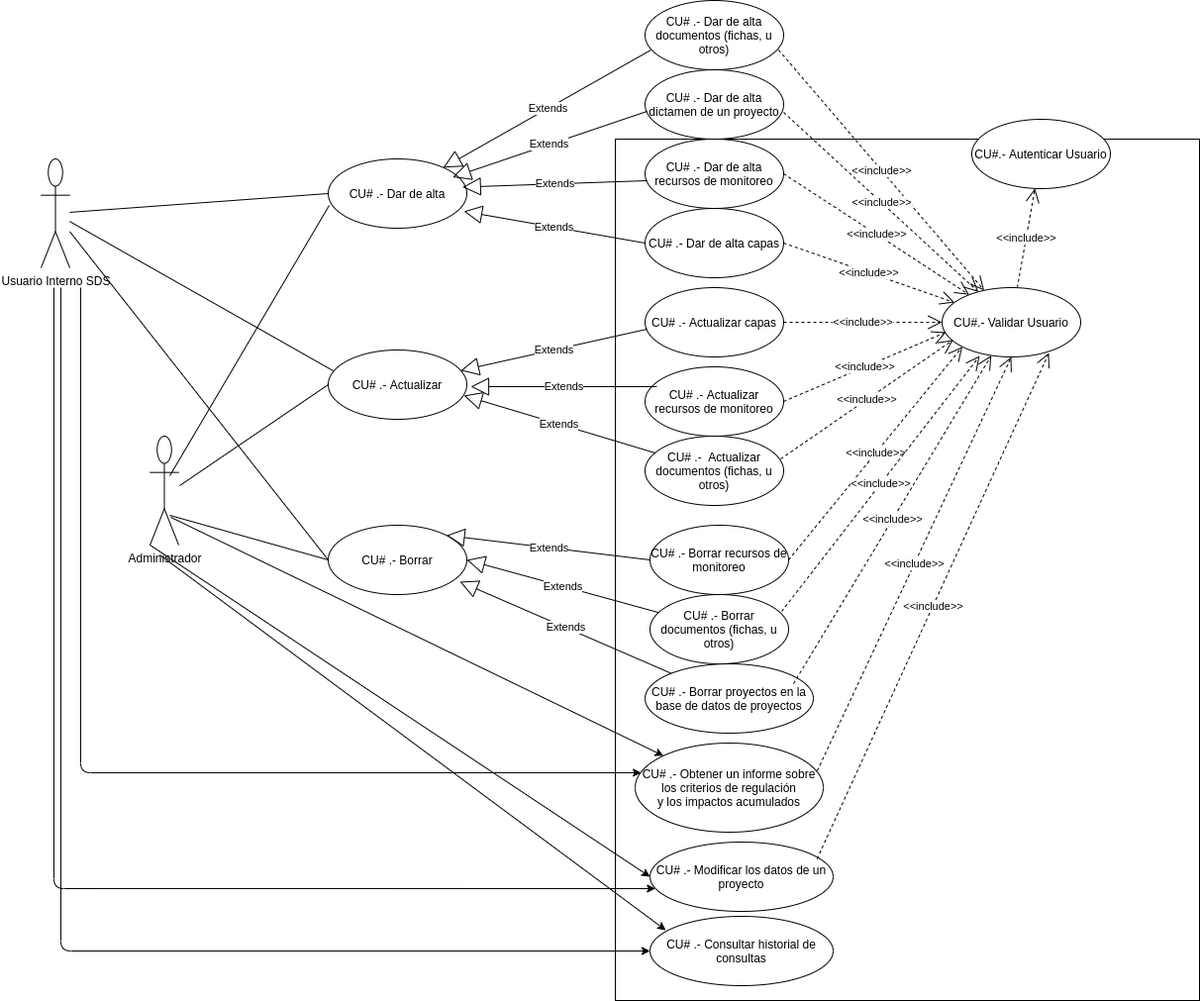
milocortes/fmx_diseno_sistema keeps this draw.io diagram as files/AdminiInsumos.png. Above is the earlier version. Source tidied: cells renumbered, new cells last; positions are measured from the earlier drawing's top-left corner, leaving out a move shared by most shapes.
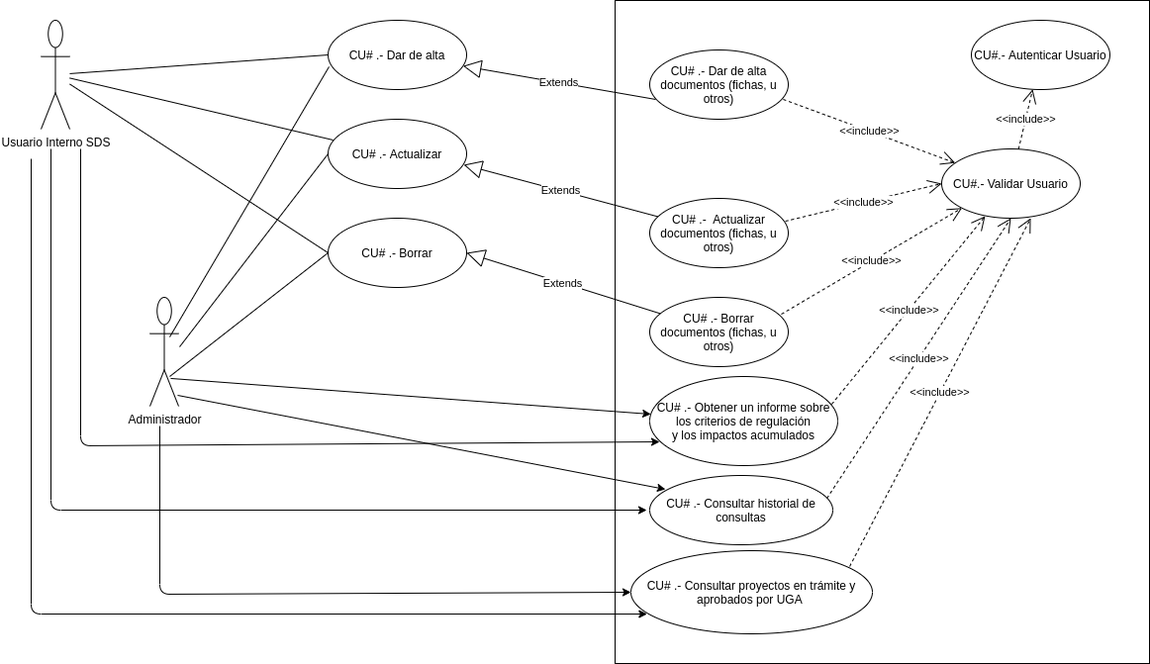
The same diagram one commit later.

Diff of the diagram source:
```diff
@@ -6,16 +6,16 @@
       <mxGeometry y="160" width="29" height="110" as="geometry" />
     </mxCell>
     <mxCell id="3" style="rounded=0;whiteSpace=wrap;html=1;" parent="1" vertex="1">
-      <mxGeometry x="580" y="140" width="590" height="870" as="geometry" />
+      <mxGeometry x="580" y="140" width="540" height="670" as="geometry" />
     </mxCell>
     <mxCell id="4" value="CU# .-&amp;nbsp;Dar de alta documentos (fichas, u otros)" style="ellipse;whiteSpace=wrap;html=1;" parent="1" vertex="1">
-      <mxGeometry x="610" width="140" height="70" as="geometry" />
+      <mxGeometry x="615" y="190" width="140" height="70" as="geometry" />
     </mxCell>
     <mxCell id="5" value="CU#.- Validar Usuario" style="ellipse;whiteSpace=wrap;html=1;" parent="1" vertex="1">
       <mxGeometry x="910" y="290" width="140" height="70" as="geometry" />
     </mxCell>
     <mxCell id="6" value="CU#.- Autenticar Usuario" style="ellipse;whiteSpace=wrap;html=1;" parent="1" vertex="1">
-      <mxGeometry x="940" y="120" width="140" height="70" as="geometry" />
+      <mxGeometry x="940" y="160" width="140" height="70" as="geometry" />
     </mxCell>
     <mxCell id="7" value="&amp;lt;&amp;lt;include&amp;gt;&amp;gt;" style="endArrow=open;endSize=12;dashed=1;html=1;" parent="1" edge="1" source="5" target="6">
       <mxGeometry relative="1" as="geometry" />
@@ -30,80 +30,29 @@
       <mxGeometry x="290" y="160" width="140" height="70" as="geometry" />
     </mxCell>
     <mxCell id="11" value="CU# .- Actualizar" style="ellipse;whiteSpace=wrap;html=1;" parent="1" vertex="1">
-      <mxGeometry x="290" y="353" width="140" height="70" as="geometry" />
+      <mxGeometry x="290" y="260" width="140" height="70" as="geometry" />
     </mxCell>
     <mxCell id="12" value="CU# .- Borrar" style="ellipse;whiteSpace=wrap;html=1;" parent="1" vertex="1">
-      <mxGeometry x="290" y="530" width="140" height="70" as="geometry" />
+      <mxGeometry x="290" y="360" width="140" height="70" as="geometry" />
     </mxCell>
-    <mxCell id="13" value="CU# .-&amp;nbsp;Dar de alta capas" style="ellipse;whiteSpace=wrap;html=1;" parent="1" vertex="1">
-      <mxGeometry x="610" y="210" width="140" height="70" as="geometry" />
-    </mxCell>
     <mxCell id="14" value="CU# .-&amp;nbsp;&amp;nbsp;Actualizar documentos (fichas, u otros)" style="ellipse;whiteSpace=wrap;html=1;" parent="1" vertex="1">
-      <mxGeometry x="610" y="440" width="140" height="70" as="geometry" />
+      <mxGeometry x="615" y="340" width="140" height="70" as="geometry" />
     </mxCell>
-    <mxCell id="15" value="CU# .-&amp;nbsp;Actualizar capas" style="ellipse;whiteSpace=wrap;html=1;" parent="1" vertex="1">
-      <mxGeometry x="610" y="290" width="140" height="70" as="geometry" />
-    </mxCell>
-    <mxCell id="16" value="CU# .-&amp;nbsp;Dar de alta recursos de monitoreo" style="ellipse;whiteSpace=wrap;html=1;" parent="1" vertex="1">
-      <mxGeometry x="610" y="140" width="140" height="70" as="geometry" />
-    </mxCell>
-    <mxCell id="17" value="CU# .-&amp;nbsp;Actualizar recursos de monitoreo" style="ellipse;whiteSpace=wrap;html=1;" parent="1" vertex="1">
-      <mxGeometry x="610" y="370" width="140" height="70" as="geometry" />
-    </mxCell>
     <mxCell id="18" value="CU# .-&amp;nbsp;Borrar documentos (fichas, u otros)" style="ellipse;whiteSpace=wrap;html=1;" parent="1" vertex="1">
-      <mxGeometry x="615" y="600" width="140" height="70" as="geometry" />
+      <mxGeometry x="615" y="440" width="140" height="70" as="geometry" />
     </mxCell>
-    <mxCell id="19" value="CU# .-&amp;nbsp;Borrar recursos de monitoreo" style="ellipse;whiteSpace=wrap;html=1;" parent="1" vertex="1">
-      <mxGeometry x="615" y="530" width="140" height="70" as="geometry" />
-    </mxCell>
     <mxCell id="20" value="CU# .-&amp;nbsp;&lt;span&gt;Obtener un informe sobre los criterios de regulación&lt;/span&gt;&lt;div&gt;y los impactos acumulados&lt;/div&gt;" style="ellipse;whiteSpace=wrap;html=1;" parent="1" vertex="1">
-      <mxGeometry x="600" y="750" width="190" height="90" as="geometry" />
+      <mxGeometry x="615" y="520" width="190" height="90" as="geometry" />
     </mxCell>
-    <mxCell id="21" value="CU# .-&amp;nbsp;Dar de alta dictamen de un proyecto" style="ellipse;whiteSpace=wrap;html=1;" parent="1" vertex="1">
-      <mxGeometry x="610" y="70" width="140" height="70" as="geometry" />
-    </mxCell>
-    <mxCell id="22" value="CU# .-&amp;nbsp;Modificar los datos de un proyecto" style="ellipse;whiteSpace=wrap;html=1;" parent="1" vertex="1">
-      <mxGeometry x="615" y="850" width="185" height="70" as="geometry" />
-    </mxCell>
-    <mxCell id="23" value="CU# .-&amp;nbsp;Borrar proyectos en la base de datos de proyectos" style="ellipse;whiteSpace=wrap;html=1;" parent="1" vertex="1">
-      <mxGeometry x="610" y="670" width="170" height="70" as="geometry" />
-    </mxCell>
     <mxCell id="24" value="Extends" style="endArrow=block;endSize=16;endFill=0;html=1;exitX=0.043;exitY=0.714;exitDx=0;exitDy=0;exitPerimeter=0;" parent="1" edge="1" source="4" target="10">
       <mxGeometry relative="1" as="geometry" />
     </mxCell>
-    <mxCell id="25" value="Extends" style="endArrow=block;endSize=16;endFill=0;html=1;exitX=0.014;exitY=0.6;exitDx=0;exitDy=0;exitPerimeter=0;" parent="1" edge="1" source="21">
-      <mxGeometry relative="1" as="geometry">
-        <mxPoint x="415.7" y="178.5" as="targetPoint" />
-      </mxGeometry>
-    </mxCell>
-    <mxCell id="26" value="Extends" style="endArrow=block;endSize=16;endFill=0;html=1;exitX=0.014;exitY=0.6;exitDx=0;exitDy=0;exitPerimeter=0;" parent="1" edge="1" source="16">
-      <mxGeometry relative="1" as="geometry">
-        <mxPoint x="425.7" y="188.5" as="targetPoint" />
-      </mxGeometry>
-    </mxCell>
-    <mxCell id="27" value="Extends" style="endArrow=block;endSize=16;endFill=0;html=1;exitX=0;exitY=0.5;exitDx=0;exitDy=0;entryX=0.979;entryY=0.757;entryDx=0;entryDy=0;entryPerimeter=0;" parent="1" edge="1" source="13" target="10">
-      <mxGeometry relative="1" as="geometry" />
-    </mxCell>
-    <mxCell id="28" value="Extends" style="endArrow=block;endSize=16;endFill=0;html=1;exitX=0.014;exitY=0.6;exitDx=0;exitDy=0;exitPerimeter=0;" parent="1" edge="1" source="15" target="11">
-      <mxGeometry relative="1" as="geometry" />
-    </mxCell>
-    <mxCell id="29" value="Extends" style="endArrow=block;endSize=16;endFill=0;html=1;exitX=0.085;exitY=0.286;exitDx=0;exitDy=0;exitPerimeter=0;" parent="1" edge="1" source="17">
-      <mxGeometry relative="1" as="geometry">
-        <mxPoint x="434" y="390" as="targetPoint" />
-      </mxGeometry>
-    </mxCell>
     <mxCell id="30" value="Extends" style="endArrow=block;endSize=16;endFill=0;html=1;entryX=0.979;entryY=0.657;entryDx=0;entryDy=0;entryPerimeter=0;" parent="1" edge="1" source="14" target="11">
       <mxGeometry relative="1" as="geometry" />
     </mxCell>
-    <mxCell id="31" value="Extends" style="endArrow=block;endSize=16;endFill=0;html=1;exitX=0;exitY=0.5;exitDx=0;exitDy=0;entryX=1;entryY=0;entryDx=0;entryDy=0;" parent="1" edge="1" source="19" target="12">
-      <mxGeometry relative="1" as="geometry" />
-    </mxCell>
     <mxCell id="32" value="Extends" style="endArrow=block;endSize=16;endFill=0;html=1;entryX=1;entryY=0.5;entryDx=0;entryDy=0;" parent="1" edge="1" source="18" target="12">
       <mxGeometry relative="1" as="geometry" />
     </mxCell>
-    <mxCell id="33" value="Extends" style="endArrow=block;endSize=16;endFill=0;html=1;entryX=0.95;entryY=0.814;entryDx=0;entryDy=0;entryPerimeter=0;" parent="1" edge="1" source="23" target="12">
-      <mxGeometry relative="1" as="geometry" />
-    </mxCell>
     <mxCell id="34" style="endArrow=none;html=1;entryX=0;entryY=0.5;entryDx=0;entryDy=0;" parent="1" edge="1" source="2" target="10">
       <mxGeometry relative="1" as="geometry" />
     </mxCell>
@@ -127,73 +76,63 @@
     <mxCell id="40" style="endArrow=classic;html=1;exitX=0.724;exitY=0.745;exitDx=0;exitDy=0;exitPerimeter=0;" parent="1" edge="1" source="9" target="20">
       <mxGeometry relative="1" as="geometry" />
     </mxCell>
-    <mxCell id="41" style="endArrow=classic;html=1;entryX=0;entryY=0.5;entryDx=0;entryDy=0;exitX=0;exitY=1;exitDx=0;exitDy=0;exitPerimeter=0;" parent="1" edge="1" source="9" target="22">
-      <mxGeometry relative="1" as="geometry" />
-    </mxCell>
-    <mxCell id="42" style="endArrow=classic;html=1;entryX=0.032;entryY=0.333;entryDx=0;entryDy=0;entryPerimeter=0;" parent="1" edge="1" target="20">
+    <mxCell id="42" style="endArrow=classic;html=1;" parent="1" edge="1">
       <mxGeometry relative="1" as="geometry">
         <mxPoint x="40" y="290" as="sourcePoint" />
+        <mxPoint x="625" y="586" as="targetPoint" />
         <Array as="points">
-          <mxPoint x="40" y="780" />
+          <mxPoint x="40" y="590" />
         </Array>
       </mxGeometry>
     </mxCell>
-    <mxCell id="43" style="endArrow=classic;html=1;entryX=0.029;entryY=0.671;entryDx=0;entryDy=0;entryPerimeter=0;" parent="1" edge="1" target="22">
-      <mxGeometry relative="1" as="geometry">
-        <mxPoint x="13" y="290" as="sourcePoint" />
-        <Array as="points">
-          <mxPoint x="13" y="897" />
-        </Array>
-      </mxGeometry>
-    </mxCell>
-    <mxCell id="44" value="&amp;lt;&amp;lt;include&amp;gt;&amp;gt;" style="endArrow=open;endSize=12;dashed=1;html=1;exitX=1;exitY=0.614;exitDx=0;exitDy=0;exitPerimeter=0;" parent="1" edge="1" source="21" target="5">
-      <mxGeometry relative="1" as="geometry" />
-    </mxCell>
-    <mxCell id="45" value="&amp;lt;&amp;lt;include&amp;gt;&amp;gt;" style="endArrow=open;endSize=12;dashed=1;html=1;exitX=1;exitY=0.5;exitDx=0;exitDy=0;" parent="1" edge="1" source="16" target="5">
-      <mxGeometry relative="1" as="geometry" />
-    </mxCell>
-    <mxCell id="46" value="&amp;lt;&amp;lt;include&amp;gt;&amp;gt;" style="endArrow=open;endSize=12;dashed=1;html=1;exitX=1;exitY=0.5;exitDx=0;exitDy=0;" parent="1" edge="1" source="13" target="5">
-      <mxGeometry relative="1" as="geometry" />
-    </mxCell>
-    <mxCell id="47" value="&amp;lt;&amp;lt;include&amp;gt;&amp;gt;" style="endArrow=open;endSize=12;dashed=1;html=1;exitX=1;exitY=0.5;exitDx=0;exitDy=0;entryX=0;entryY=0.5;entryDx=0;entryDy=0;" parent="1" edge="1" source="15" target="5">
-      <mxGeometry relative="1" as="geometry" />
-    </mxCell>
-    <mxCell id="48" value="&amp;lt;&amp;lt;include&amp;gt;&amp;gt;" style="endArrow=open;endSize=12;dashed=1;html=1;exitX=1;exitY=0.5;exitDx=0;exitDy=0;entryX=0.029;entryY=0.643;entryDx=0;entryDy=0;entryPerimeter=0;" parent="1" edge="1" source="17" target="5">
-      <mxGeometry relative="1" as="geometry" />
-    </mxCell>
-    <mxCell id="49" value="&amp;lt;&amp;lt;include&amp;gt;&amp;gt;" style="endArrow=open;endSize=12;dashed=1;html=1;exitX=0.979;exitY=0.329;exitDx=0;exitDy=0;exitPerimeter=0;entryX=0.079;entryY=0.757;entryDx=0;entryDy=0;entryPerimeter=0;" parent="1" edge="1" source="14" target="5">
+    <mxCell id="49" value="&amp;lt;&amp;lt;include&amp;gt;&amp;gt;" style="endArrow=open;endSize=12;dashed=1;html=1;exitX=0.979;exitY=0.329;exitDx=0;exitDy=0;exitPerimeter=0;entryX=0;entryY=0.5;entryDx=0;entryDy=0;" parent="1" edge="1" source="14" target="5">
       <mxGeometry relative="1" as="geometry" />
     </mxCell>
-    <mxCell id="50" value="&amp;lt;&amp;lt;include&amp;gt;&amp;gt;" style="endArrow=open;endSize=12;dashed=1;html=1;exitX=1;exitY=0.5;exitDx=0;exitDy=0;entryX=0;entryY=1;entryDx=0;entryDy=0;" parent="1" edge="1" source="19" target="5">
-      <mxGeometry relative="1" as="geometry" />
-    </mxCell>
-    <mxCell id="51" value="&amp;lt;&amp;lt;include&amp;gt;&amp;gt;" style="endArrow=open;endSize=12;dashed=1;html=1;exitX=0.95;exitY=0.243;exitDx=0;exitDy=0;exitPerimeter=0;entryX=0.271;entryY=0.986;entryDx=0;entryDy=0;entryPerimeter=0;" parent="1" edge="1" source="18" target="5">
+    <mxCell id="51" value="&amp;lt;&amp;lt;include&amp;gt;&amp;gt;" style="endArrow=open;endSize=12;dashed=1;html=1;exitX=0.95;exitY=0.243;exitDx=0;exitDy=0;exitPerimeter=0;entryX=0;entryY=1;entryDx=0;entryDy=0;" parent="1" edge="1" source="18" target="5">
       <mxGeometry relative="1" as="geometry" />
     </mxCell>
-    <mxCell id="52" value="&amp;lt;&amp;lt;include&amp;gt;&amp;gt;" style="endArrow=open;endSize=12;dashed=1;html=1;exitX=0.882;exitY=0.286;exitDx=0;exitDy=0;exitPerimeter=0;" parent="1" edge="1" source="23" target="5">
-      <mxGeometry relative="1" as="geometry" />
-    </mxCell>
-    <mxCell id="53" value="&amp;lt;&amp;lt;include&amp;gt;&amp;gt;" style="endArrow=open;endSize=12;dashed=1;html=1;exitX=0.968;exitY=0.311;exitDx=0;exitDy=0;exitPerimeter=0;entryX=0.5;entryY=1;entryDx=0;entryDy=0;" parent="1" edge="1" source="20" target="5">
+    <mxCell id="53" value="&amp;lt;&amp;lt;include&amp;gt;&amp;gt;" style="endArrow=open;endSize=12;dashed=1;html=1;exitX=0.968;exitY=0.311;exitDx=0;exitDy=0;exitPerimeter=0;entryX=0.314;entryY=0.971;entryDx=0;entryDy=0;entryPerimeter=0;" parent="1" edge="1" source="20" target="5">
       <mxGeometry relative="1" as="geometry" />
     </mxCell>
-    <mxCell id="54" value="&amp;lt;&amp;lt;include&amp;gt;&amp;gt;" style="endArrow=open;endSize=12;dashed=1;html=1;exitX=0.912;exitY=0.243;exitDx=0;exitDy=0;exitPerimeter=0;entryX=0.771;entryY=0.943;entryDx=0;entryDy=0;entryPerimeter=0;" parent="1" edge="1" source="22" target="5">
-      <mxGeometry relative="1" as="geometry" />
-    </mxCell>
     <mxCell id="55" value="CU# .-&amp;nbsp;Consultar historial de consultas" style="ellipse;whiteSpace=wrap;html=1;" parent="1" vertex="1">
-      <mxGeometry x="615" y="925" width="185" height="70" as="geometry" />
+      <mxGeometry x="615" y="620" width="185" height="70" as="geometry" />
     </mxCell>
-    <mxCell id="56" style="endArrow=classic;html=1;entryX=0.086;entryY=0.2;entryDx=0;entryDy=0;exitX=0;exitY=1;exitDx=0;exitDy=0;exitPerimeter=0;entryPerimeter=0;" parent="1" edge="1" target="55">
-      <mxGeometry relative="1" as="geometry">
-        <mxPoint x="120" y="560" as="sourcePoint" />
-      </mxGeometry>
+    <mxCell id="56" style="endArrow=classic;html=1;entryX=0.086;entryY=0.2;entryDx=0;entryDy=0;exitX=0.966;exitY=0.9;exitDx=0;exitDy=0;exitPerimeter=0;entryPerimeter=0;" parent="1" edge="1" source="9" target="55">
+      <mxGeometry relative="1" as="geometry" />
     </mxCell>
-    <mxCell id="57" style="endArrow=classic;html=1;entryX=0;entryY=0.5;entryDx=0;entryDy=0;" parent="1" edge="1" target="55">
+    <mxCell id="57" style="endArrow=classic;html=1;" parent="1" edge="1">
       <mxGeometry relative="1" as="geometry">
-        <mxPoint x="20" y="290" as="sourcePoint" />
+        <mxPoint x="10" y="290" as="sourcePoint" />
+        <mxPoint x="612" y="655" as="targetPoint" />
         <Array as="points">
-          <mxPoint x="20" y="960" />
+          <mxPoint x="10" y="655" />
         </Array>
       </mxGeometry>
     </mxCell>
+    <mxCell id="58" value="CU# .-&amp;nbsp;Consultar proyectos en trámite y aprobados por UGA&amp;nbsp;" style="ellipse;whiteSpace=wrap;html=1;" parent="1" vertex="1">
+      <mxGeometry x="596" y="696" width="244" height="84" as="geometry" />
+    </mxCell>
+    <mxCell id="59" style="endArrow=classic;html=1;entryX=0.067;entryY=0.762;entryDx=0;entryDy=0;entryPerimeter=0;" parent="1" edge="1" target="58">
+      <mxGeometry relative="1" as="geometry">
+        <mxPoint x="-10" y="300" as="sourcePoint" />
+        <Array as="points">
+          <mxPoint x="-10" y="760" />
+        </Array>
+      </mxGeometry>
+    </mxCell>
+    <mxCell id="60" style="endArrow=classic;html=1;entryX=0;entryY=0.5;entryDx=0;entryDy=0;" parent="1" edge="1" target="58">
+      <mxGeometry relative="1" as="geometry">
+        <mxPoint x="120" y="570" as="sourcePoint" />
+        <Array as="points">
+          <mxPoint x="120" y="740" />
+        </Array>
+      </mxGeometry>
+    </mxCell>
+    <mxCell id="61" value="&amp;lt;&amp;lt;include&amp;gt;&amp;gt;" style="endArrow=open;endSize=12;dashed=1;html=1;exitX=0.968;exitY=0.329;exitDx=0;exitDy=0;exitPerimeter=0;entryX=0.5;entryY=1;entryDx=0;entryDy=0;" parent="1" edge="1" source="55" target="5">
+      <mxGeometry relative="1" as="geometry" />
+    </mxCell>
+    <mxCell id="62" value="&amp;lt;&amp;lt;include&amp;gt;&amp;gt;" style="endArrow=open;endSize=12;dashed=1;html=1;exitX=0.906;exitY=0.19;exitDx=0;exitDy=0;exitPerimeter=0;entryX=0.643;entryY=1;entryDx=0;entryDy=0;entryPerimeter=0;" parent="1" edge="1" source="58" target="5">
+      <mxGeometry relative="1" as="geometry" />
+    </mxCell>
   </root>
 </mxGraphModel>
```
